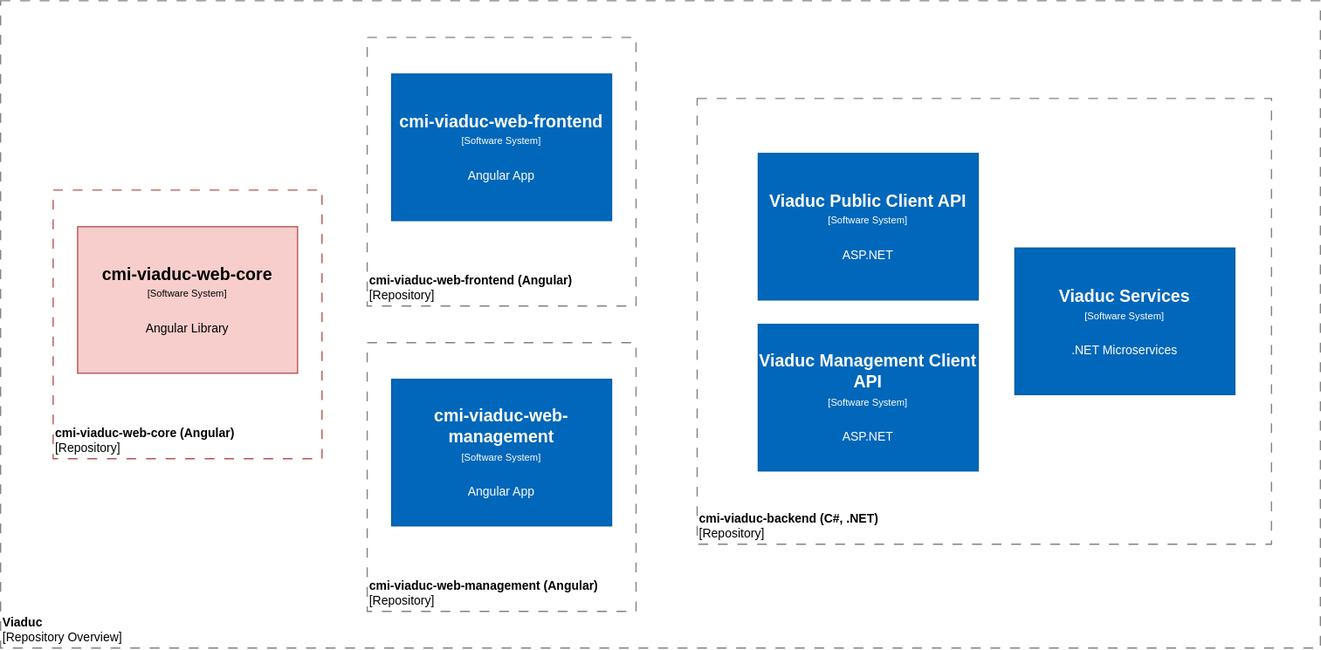
Earlier version of the draw.io export docs/imgs/context.svg (SwissFederalArchives/cmi-viaduc-web-core). Source tidied: cells renumbered, new cells last; positions are measured from the earlier drawing's top-left corner, leaving out a move shared by most shapes. Its diagram source:
```xml
<mxGraphModel background="#ffffff">
  <root>
    <mxCell id="0" />
    <mxCell id="1" parent="0" />
    <object id="2" label="&lt;font style=&quot;font-size: 10px&quot;&gt;&lt;b&gt;Viaduc&lt;/b&gt;&lt;br style=&quot;font-size: 10px&quot;&gt;[Repository Overview]&lt;/font&gt;" name="Software System Name" placeholders="1">
      <mxCell style="rounded=0;whiteSpace=wrap;html=1;strokeColor=#828282;fontColor=#000000;align=left;labelPosition=center;verticalLabelPosition=middle;verticalAlign=bottom;dashed=1;strokeWidth=1;perimeterSpacing=0;spacing=2;spacingTop=0;fontSize=10;dashPattern=8 8;fillColor=none;" parent="1" vertex="1">
        <mxGeometry width="1080" height="530" as="geometry" />
      </mxCell>
    </object>
    <object id="3" label="&lt;font style=&quot;font-size: 10px&quot;&gt;&lt;b&gt;cmi-viaduc-backend (C#, .NET)&lt;/b&gt;&lt;br style=&quot;font-size: 10px&quot;&gt;[Repository]&lt;/font&gt;" name="Container Name" placeholders="1">
      <mxCell style="rounded=0;whiteSpace=wrap;html=1;strokeColor=#828282;fillColor=none;fontColor=#000000;align=left;labelPosition=center;verticalLabelPosition=middle;verticalAlign=bottom;dashed=1;strokeWidth=1;perimeterSpacing=0;spacing=2;spacingTop=0;fontSize=10;dashPattern=8 8;" parent="1" vertex="1">
        <mxGeometry x="570" y="80" width="470" height="365" as="geometry" />
      </mxCell>
    </object>
    <object id="4" label="&lt;div&gt;&lt;span style=&quot;font-size: 14px&quot;&gt;&lt;b&gt;Viaduc Services&lt;/b&gt;&lt;/span&gt;&lt;/div&gt;&lt;div&gt;&lt;span style=&quot;font-size: 8px&quot;&gt;[Software System]&lt;/span&gt;&lt;/div&gt;&lt;div&gt;&lt;span style=&quot;font-size: 8px&quot;&gt;&lt;br&gt;&lt;/span&gt;&lt;/div&gt;&lt;div&gt;&lt;font size=&quot;1&quot;&gt;.NET Microservices&lt;/font&gt;&lt;/div&gt;" description="Description" name="Software System Name" placeholders="1">
      <mxCell style="rounded=0;whiteSpace=wrap;html=1;fillColor=#0067BA;fontColor=#FFFFFF;strokeColor=#005DA8;" parent="1" vertex="1">
        <mxGeometry x="830" y="202.5" width="180" height="120" as="geometry" />
      </mxCell>
    </object>
    <object id="5" label="&lt;div&gt;&lt;span style=&quot;font-size: 14px&quot;&gt;&lt;b&gt;Viaduc Public Client API&lt;/b&gt;&lt;/span&gt;&lt;/div&gt;&lt;div&gt;&lt;span style=&quot;font-size: 8px&quot;&gt;[Software System]&lt;/span&gt;&lt;/div&gt;&lt;div&gt;&lt;span style=&quot;font-size: 8px&quot;&gt;&lt;br&gt;&lt;/span&gt;&lt;/div&gt;&lt;div&gt;&lt;font size=&quot;1&quot;&gt;ASP.NET&lt;/font&gt;&lt;/div&gt;" description="Description" name="Software System Name" placeholders="1">
      <mxCell style="rounded=0;whiteSpace=wrap;html=1;fillColor=#0067BA;fontColor=#FFFFFF;strokeColor=#005DA8;" parent="1" vertex="1">
        <mxGeometry x="620" y="125" width="180" height="120" as="geometry" />
      </mxCell>
    </object>
    <object id="6" label="&lt;div&gt;&lt;span style=&quot;font-size: 14px&quot;&gt;&lt;b&gt;Viaduc Management Client API&lt;/b&gt;&lt;/span&gt;&lt;/div&gt;&lt;div&gt;&lt;span style=&quot;font-size: 8px&quot;&gt;[Software System]&lt;/span&gt;&lt;/div&gt;&lt;div&gt;&lt;span style=&quot;font-size: 8px&quot;&gt;&lt;br&gt;&lt;/span&gt;&lt;/div&gt;&lt;div&gt;&lt;font size=&quot;1&quot;&gt;ASP.NET&lt;/font&gt;&lt;/div&gt;" description="Description" name="Software System Name" placeholders="1">
      <mxCell style="rounded=0;whiteSpace=wrap;html=1;fillColor=#0067BA;fontColor=#FFFFFF;strokeColor=#005DA8;" parent="1" vertex="1">
        <mxGeometry x="620" y="265" width="180" height="120" as="geometry" />
      </mxCell>
    </object>
    <object id="7" label="&lt;font style=&quot;font-size: 10px&quot;&gt;&lt;b&gt;cmi-viaduc-web-core (Angular)&lt;/b&gt;&lt;br style=&quot;font-size: 10px&quot;&gt;[Repository]&lt;/font&gt;" name="Container Name" placeholders="1">
      <mxCell style="rounded=0;whiteSpace=wrap;html=1;strokeColor=#b85450;align=left;labelPosition=center;verticalLabelPosition=middle;verticalAlign=bottom;dashed=1;strokeWidth=1;perimeterSpacing=0;spacing=2;spacingTop=0;fontSize=10;dashPattern=8 8;fillColor=none;" parent="1" vertex="1">
        <mxGeometry x="43" y="155" width="220" height="220" as="geometry" />
      </mxCell>
    </object>
    <object id="8" label="&lt;div&gt;&lt;span style=&quot;font-size: 14px&quot;&gt;&lt;b&gt;cmi-viaduc-web-core&lt;/b&gt;&lt;/span&gt;&lt;/div&gt;&lt;div&gt;&lt;span style=&quot;font-size: 8px&quot;&gt;[Software System]&lt;/span&gt;&lt;/div&gt;&lt;div&gt;&lt;span style=&quot;font-size: 8px&quot;&gt;&lt;br&gt;&lt;/span&gt;&lt;/div&gt;&lt;div&gt;&lt;font size=&quot;1&quot;&gt;Angular Library&lt;/font&gt;&lt;/div&gt;" description="Description" name="Software System Name" placeholders="1">
      <mxCell style="rounded=0;whiteSpace=wrap;html=1;fillColor=#f8cecc;strokeColor=#b85450;" parent="1" vertex="1">
        <mxGeometry x="63" y="185" width="180" height="120" as="geometry" />
      </mxCell>
    </object>
    <object id="9" label="&lt;font style=&quot;font-size: 10px&quot;&gt;&lt;b&gt;cmi-viaduc-web-frontend (Angular)&lt;/b&gt;&lt;br style=&quot;font-size: 10px&quot;&gt;[Repository]&lt;/font&gt;" name="Container Name" placeholders="1">
      <mxCell style="rounded=0;whiteSpace=wrap;html=1;strokeColor=#828282;fillColor=none;fontColor=#000000;align=left;labelPosition=center;verticalLabelPosition=middle;verticalAlign=bottom;dashed=1;strokeWidth=1;perimeterSpacing=0;spacing=2;spacingTop=0;fontSize=10;dashPattern=8 8;" parent="1" vertex="1">
        <mxGeometry x="300" y="30" width="220" height="220" as="geometry" />
      </mxCell>
    </object>
    <object id="10" label="&lt;div&gt;&lt;span style=&quot;font-size: 14px&quot;&gt;&lt;b&gt;cmi-viaduc-web-frontend&lt;/b&gt;&lt;/span&gt;&lt;/div&gt;&lt;div&gt;&lt;span style=&quot;font-size: 8px&quot;&gt;[Software System]&lt;/span&gt;&lt;/div&gt;&lt;div&gt;&lt;span style=&quot;font-size: 8px&quot;&gt;&lt;br&gt;&lt;/span&gt;&lt;/div&gt;&lt;div&gt;&lt;font size=&quot;1&quot;&gt;Angular App&lt;/font&gt;&lt;/div&gt;" description="Description" name="Software System Name" placeholders="1">
      <mxCell style="rounded=0;whiteSpace=wrap;html=1;fillColor=#0067BA;fontColor=#FFFFFF;strokeColor=#005DA8;" parent="1" vertex="1">
        <mxGeometry x="320" y="60" width="180" height="120" as="geometry" />
      </mxCell>
    </object>
    <object id="11" label="&lt;font style=&quot;font-size: 10px&quot;&gt;&lt;b&gt;cmi-viaduc-web-management (Angular)&lt;/b&gt;&lt;br style=&quot;font-size: 10px&quot;&gt;[Repository]&lt;/font&gt;" name="Container Name" placeholders="1">
      <mxCell style="rounded=0;whiteSpace=wrap;html=1;strokeColor=#828282;fillColor=none;fontColor=#000000;align=left;labelPosition=center;verticalLabelPosition=middle;verticalAlign=bottom;dashed=1;strokeWidth=1;perimeterSpacing=0;spacing=2;spacingTop=0;fontSize=10;dashPattern=8 8;" parent="1" vertex="1">
        <mxGeometry x="300" y="280" width="220" height="220" as="geometry" />
      </mxCell>
    </object>
    <object id="12" label="&lt;div&gt;&lt;span style=&quot;font-size: 14px&quot;&gt;&lt;b&gt;cmi-viaduc-web-management&lt;/b&gt;&lt;/span&gt;&lt;/div&gt;&lt;div&gt;&lt;span style=&quot;font-size: 8px&quot;&gt;[Software System]&lt;/span&gt;&lt;/div&gt;&lt;div&gt;&lt;span style=&quot;font-size: 8px&quot;&gt;&lt;br&gt;&lt;/span&gt;&lt;/div&gt;&lt;div&gt;&lt;font size=&quot;1&quot;&gt;Angular App&lt;/font&gt;&lt;/div&gt;" description="Description" name="Software System Name" placeholders="1">
      <mxCell style="rounded=0;whiteSpace=wrap;html=1;fillColor=#0067BA;fontColor=#FFFFFF;strokeColor=#005DA8;" parent="1" vertex="1">
        <mxGeometry x="320" y="310" width="180" height="120" as="geometry" />
      </mxCell>
    </object>
  </root>
</mxGraphModel>
```
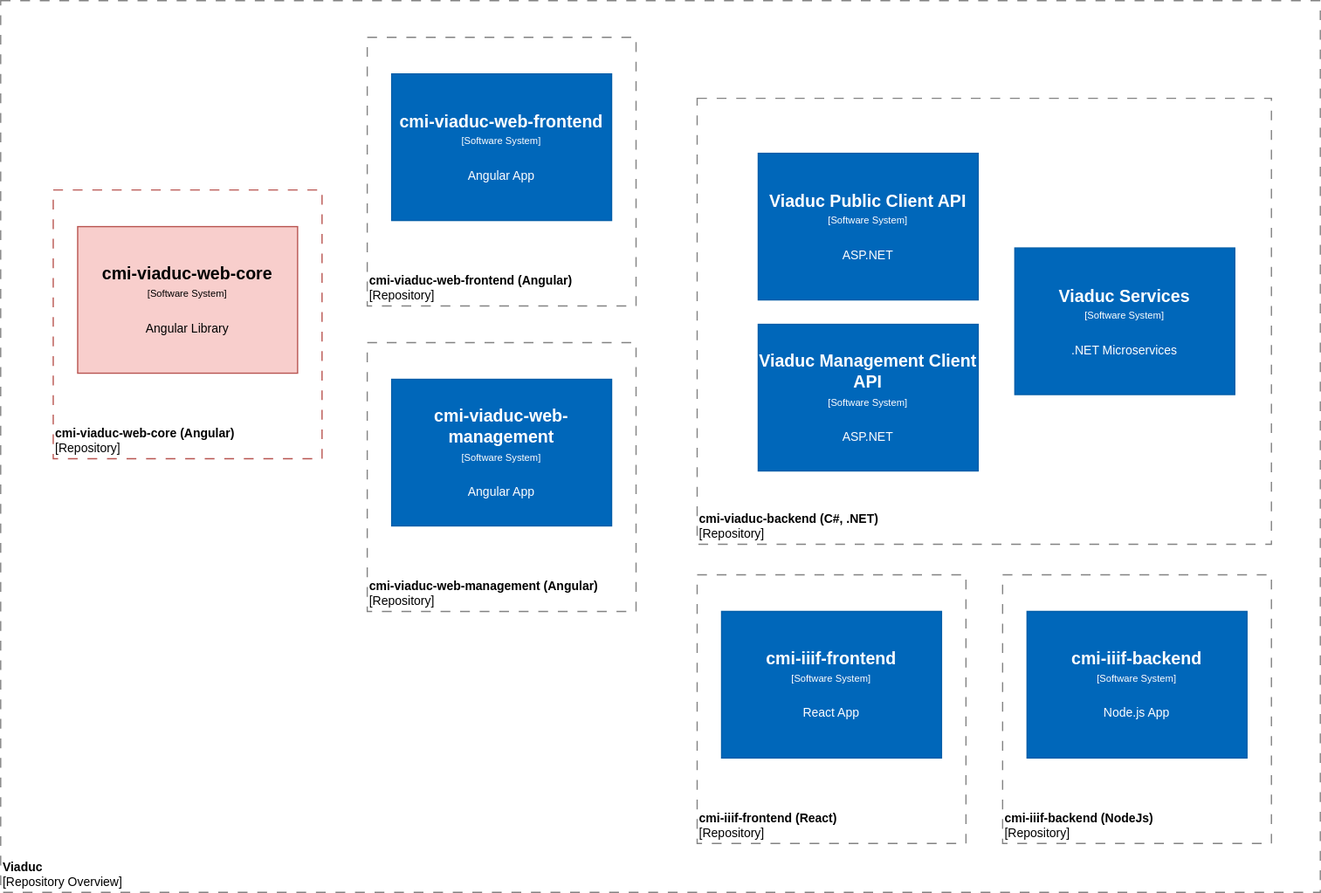
The same file after the commit.

Change to the diagram source:
```diff
@@ -4,7 +4,7 @@
     <mxCell id="1" parent="0" />
     <object id="2" label="&lt;font style=&quot;font-size: 10px&quot;&gt;&lt;b&gt;Viaduc&lt;/b&gt;&lt;br style=&quot;font-size: 10px&quot;&gt;[Repository Overview]&lt;/font&gt;" name="Software System Name" placeholders="1">
       <mxCell style="rounded=0;whiteSpace=wrap;html=1;strokeColor=#828282;fontColor=#000000;align=left;labelPosition=center;verticalLabelPosition=middle;verticalAlign=bottom;dashed=1;strokeWidth=1;perimeterSpacing=0;spacing=2;spacingTop=0;fontSize=10;dashPattern=8 8;fillColor=none;" parent="1" vertex="1">
-        <mxGeometry width="1080" height="530" as="geometry" />
+        <mxGeometry width="1080" height="730" as="geometry" />
       </mxCell>
     </object>
     <object id="3" label="&lt;font style=&quot;font-size: 10px&quot;&gt;&lt;b&gt;cmi-viaduc-backend (C#, .NET)&lt;/b&gt;&lt;br style=&quot;font-size: 10px&quot;&gt;[Repository]&lt;/font&gt;" name="Container Name" placeholders="1">
@@ -57,5 +57,25 @@
         <mxGeometry x="320" y="310" width="180" height="120" as="geometry" />
       </mxCell>
     </object>
+    <object id="13" label="&lt;font style=&quot;font-size: 10px&quot;&gt;&lt;b&gt;cmi-iiif-frontend (React)&lt;/b&gt;&lt;br style=&quot;font-size: 10px&quot;&gt;[Repository]&lt;/font&gt;" name="Container Name" placeholders="1">
+      <mxCell style="rounded=0;whiteSpace=wrap;html=1;strokeColor=#828282;fillColor=none;fontColor=#000000;align=left;labelPosition=center;verticalLabelPosition=middle;verticalAlign=bottom;dashed=1;strokeWidth=1;perimeterSpacing=0;spacing=2;spacingTop=0;fontSize=10;dashPattern=8 8;" parent="1" vertex="1">
+        <mxGeometry x="570" y="470" width="220" height="220" as="geometry" />
+      </mxCell>
+    </object>
+    <object id="14" label="&lt;div&gt;&lt;span style=&quot;font-size: 14px&quot;&gt;&lt;b&gt;cmi-iiif-frontend&lt;/b&gt;&lt;/span&gt;&lt;/div&gt;&lt;div&gt;&lt;span style=&quot;font-size: 8px&quot;&gt;[Software System]&lt;/span&gt;&lt;/div&gt;&lt;div&gt;&lt;span style=&quot;font-size: 8px&quot;&gt;&lt;br&gt;&lt;/span&gt;&lt;/div&gt;&lt;div&gt;&lt;font size=&quot;1&quot;&gt;React App&lt;/font&gt;&lt;/div&gt;" description="Description" name="Software System Name" placeholders="1">
+      <mxCell style="rounded=0;whiteSpace=wrap;html=1;fillColor=#0067BA;fontColor=#FFFFFF;strokeColor=#005DA8;" parent="1" vertex="1">
+        <mxGeometry x="590" y="500" width="180" height="120" as="geometry" />
+      </mxCell>
+    </object>
+    <object id="15" label="&lt;font style=&quot;font-size: 10px&quot;&gt;&lt;b&gt;cmi-iiif-backend (NodeJs)&lt;/b&gt;&lt;br style=&quot;font-size: 10px&quot;&gt;[Repository]&lt;/font&gt;" name="Container Name" placeholders="1">
+      <mxCell style="rounded=0;whiteSpace=wrap;html=1;strokeColor=#828282;fillColor=none;fontColor=#000000;align=left;labelPosition=center;verticalLabelPosition=middle;verticalAlign=bottom;dashed=1;strokeWidth=1;perimeterSpacing=0;spacing=2;spacingTop=0;fontSize=10;dashPattern=8 8;" parent="1" vertex="1">
+        <mxGeometry x="820" y="470" width="220" height="220" as="geometry" />
+      </mxCell>
+    </object>
+    <object id="16" label="&lt;div&gt;&lt;span style=&quot;font-size: 14px&quot;&gt;&lt;b&gt;cmi-iiif-backend&lt;/b&gt;&lt;/span&gt;&lt;/div&gt;&lt;div&gt;&lt;span style=&quot;font-size: 8px&quot;&gt;[Software System]&lt;/span&gt;&lt;/div&gt;&lt;div&gt;&lt;span style=&quot;font-size: 8px&quot;&gt;&lt;br&gt;&lt;/span&gt;&lt;/div&gt;&lt;div&gt;&lt;font size=&quot;1&quot;&gt;Node.js App&lt;/font&gt;&lt;/div&gt;" description="Description" name="Software System Name" placeholders="1">
+      <mxCell style="rounded=0;whiteSpace=wrap;html=1;fillColor=#0067BA;fontColor=#FFFFFF;strokeColor=#005DA8;" parent="1" vertex="1">
+        <mxGeometry x="840" y="500" width="180" height="120" as="geometry" />
+      </mxCell>
+    </object>
   </root>
 </mxGraphModel>
```
